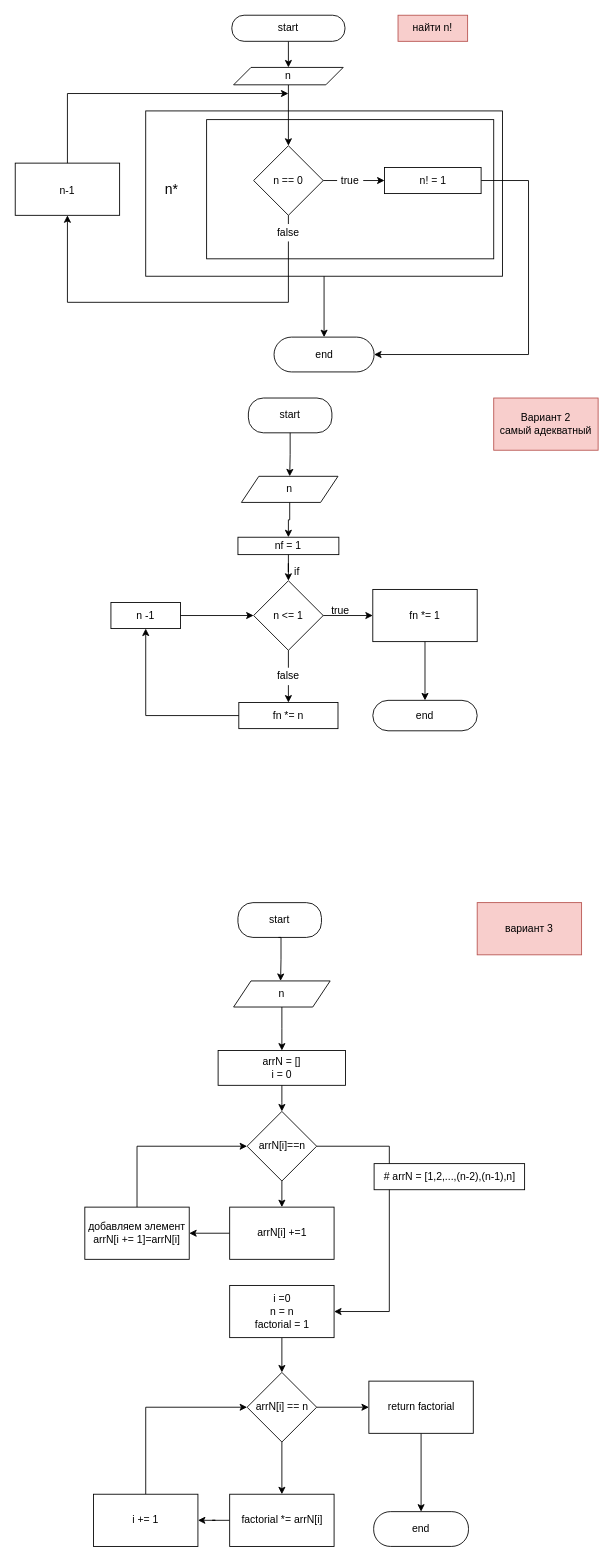
This is page "Страница 2" (2 of 2) of hw1_test2.drawio from AlexeyDmitrich/hw_dev_base1, a draw.io file, before an edit. Source tidied: cells renumbered, new cells numbered last; positions are measured from the earlier drawing's top-left corner, leaving out a move shared by most shapes. Both pictures are drawn from the tidied source at 87%, with x=0, y=0 at pixel (15, 15).
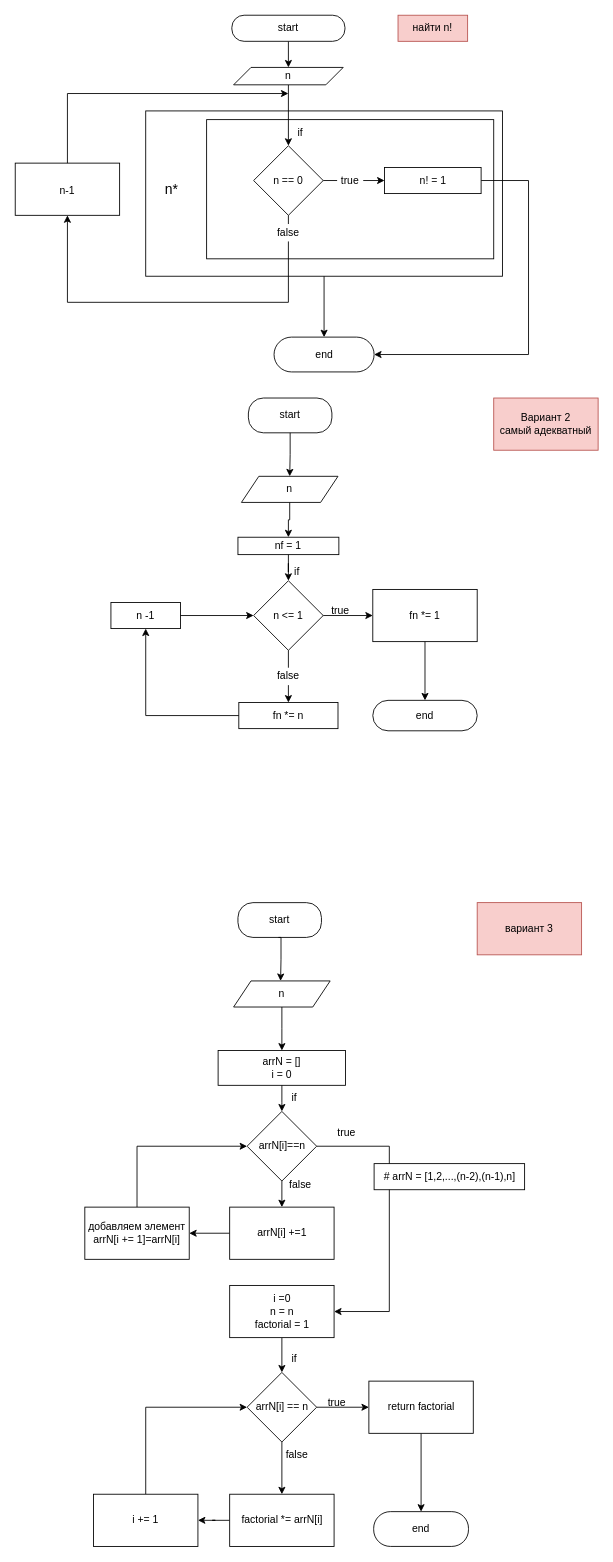
The same page after the edit.

Diff of the diagram source:
```diff
@@
+    <mxCell id="71" value="if" style="text;html=1;strokeColor=none;fillColor=none;align=center;verticalAlign=middle;whiteSpace=wrap;rounded=0;" parent="1" vertex="1">
+      <mxGeometry x="291" y="1530" width="60" height="30" as="geometry" />
+    </mxCell>
+    <mxCell id="72" value="true" style="text;html=1;strokeColor=none;fillColor=none;align=center;verticalAlign=middle;whiteSpace=wrap;rounded=0;" parent="1" vertex="1">
+      <mxGeometry x="340" y="1580" width="60" height="30" as="geometry" />
+    </mxCell>
+    <mxCell id="73" value="false" style="text;html=1;strokeColor=none;fillColor=none;align=center;verticalAlign=middle;whiteSpace=wrap;rounded=0;" parent="1" vertex="1">
+      <mxGeometry x="294" y="1640" width="60" height="30" as="geometry" />
+    </mxCell>
+    <mxCell id="74" value="if" style="text;html=1;strokeColor=none;fillColor=none;align=center;verticalAlign=middle;whiteSpace=wrap;rounded=0;" parent="1" vertex="1">
+      <mxGeometry x="291" y="1230" width="60" height="30" as="geometry" />
+    </mxCell>
+    <mxCell id="75" value="true" style="text;html=1;strokeColor=none;fillColor=none;align=center;verticalAlign=middle;whiteSpace=wrap;rounded=0;" parent="1" vertex="1">
+      <mxGeometry x="351" y="1270" width="60" height="30" as="geometry" />
+    </mxCell>
+    <mxCell id="76" value="false" style="text;html=1;strokeColor=none;fillColor=none;align=center;verticalAlign=middle;whiteSpace=wrap;rounded=0;" parent="1" vertex="1">
+      <mxGeometry x="297.5" y="1330" width="60" height="30" as="geometry" />
+    </mxCell>
+    <mxCell id="77" value="if" style="text;html=1;strokeColor=none;fillColor=none;align=center;verticalAlign=middle;whiteSpace=wrap;rounded=0;" parent="1" vertex="1">
+      <mxGeometry x="297.5" y="120" width="60" height="30" as="geometry" />
+    </mxCell>
```
